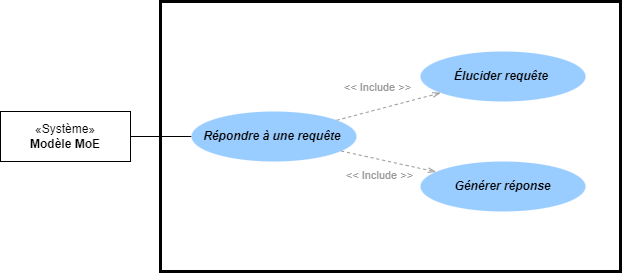
Before: docs/images/chp3/fig5.png, a diagram exported from draw.io (undrstnd-labs/education). Source tidied: cells renumbered, new cells last; positions are measured from the earlier drawing's top-left corner, leaving out a move shared by most shapes. Source of this version:
```xml
<mxGraphModel>
  <root>
    <mxCell id="0" />
    <mxCell id="1" parent="0" />
    <mxCell id="2" style="rounded=0;whiteSpace=wrap;html=1;fillColor=none;strokeWidth=3;" parent="1" vertex="1">
      <mxGeometry x="160" width="460" height="270" as="geometry" />
    </mxCell>
    <mxCell id="3" value="«Système»&lt;br&gt;&lt;b style=&quot;border-color: var(--border-color);&quot;&gt;Modèle MoE&lt;/b&gt;" style="html=1;whiteSpace=wrap;" parent="1" vertex="1">
      <mxGeometry y="110" width="130" height="50" as="geometry" />
    </mxCell>
    <mxCell id="4" style="rounded=0;jettySize=auto;html=1;entryX=0;entryY=0.5;entryDx=0;entryDy=0;exitX=1;exitY=0.5;exitDx=0;exitDy=0;endArrow=none;endFill=0;" parent="1" edge="1" source="3" target="5">
      <mxGeometry relative="1" as="geometry" />
    </mxCell>
    <mxCell id="5" value="&lt;b&gt;&lt;i&gt;Répondre à une requête&amp;nbsp;&lt;/i&gt;&lt;/b&gt;" style="ellipse;whiteSpace=wrap;html=1;shadow=0;fillColor=#99ccff;strokeColor=none;" parent="1" vertex="1">
      <mxGeometry x="191" y="110" width="165" height="50" as="geometry" />
    </mxCell>
    <mxCell id="6" value="&lt;b&gt;&lt;i&gt;Élucider requête&amp;nbsp;&lt;/i&gt;&lt;/b&gt;" style="ellipse;whiteSpace=wrap;html=1;shadow=0;fillColor=#99ccff;strokeColor=none;" parent="1" vertex="1">
      <mxGeometry x="420" y="50" width="165" height="50" as="geometry" />
    </mxCell>
    <mxCell id="7" value="&lt;b&gt;&lt;i&gt;Générer réponse&lt;/i&gt;&lt;/b&gt;" style="ellipse;whiteSpace=wrap;html=1;shadow=0;fillColor=#99ccff;strokeColor=none;" parent="1" vertex="1">
      <mxGeometry x="420" y="160" width="165" height="50" as="geometry" />
    </mxCell>
    <mxCell id="8" value="&lt;font color=&quot;#999999&quot;&gt;&amp;lt;&amp;lt; Include &amp;gt;&amp;gt;&lt;/font&gt;" style="endArrow=openThin;endFill=0;html=1;rounded=0;dashed=1;strokeColor=#999999;" parent="1" edge="1" source="5" target="6">
      <mxGeometry x="-0.1" y="21" relative="1" as="geometry" />
    </mxCell>
    <mxCell id="9" value="&lt;font color=&quot;#999999&quot;&gt;&amp;lt;&amp;lt; Include &amp;gt;&amp;gt;&lt;/font&gt;" style="endArrow=openThin;endFill=0;html=1;rounded=0;dashed=1;strokeColor=#999999;" parent="1" edge="1" source="5" target="7">
      <mxGeometry x="-0.12" y="-16" relative="1" as="geometry" />
    </mxCell>
  </root>
</mxGraphModel>
```
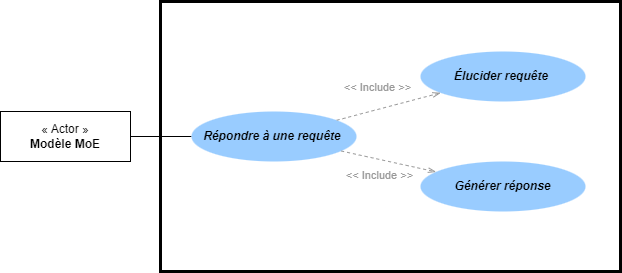
After the commit.

Diff of the diagram source:
```diff
@@ -5,7 +5,7 @@
     <mxCell id="2" style="rounded=0;whiteSpace=wrap;html=1;fillColor=none;strokeWidth=3;" parent="1" vertex="1">
       <mxGeometry x="160" width="460" height="270" as="geometry" />
     </mxCell>
-    <mxCell id="3" value="«Système»&lt;br&gt;&lt;b style=&quot;border-color: var(--border-color);&quot;&gt;Modèle MoE&lt;/b&gt;" style="html=1;whiteSpace=wrap;" parent="1" vertex="1">
+    <mxCell id="3" value="« Actor »&lt;br&gt;&lt;b style=&quot;border-color: var(--border-color);&quot;&gt;Modèle MoE&lt;/b&gt;" style="html=1;whiteSpace=wrap;" parent="1" vertex="1">
       <mxGeometry y="110" width="130" height="50" as="geometry" />
     </mxCell>
     <mxCell id="4" style="rounded=0;jettySize=auto;html=1;entryX=0;entryY=0.5;entryDx=0;entryDy=0;exitX=1;exitY=0.5;exitDx=0;exitDy=0;endArrow=none;endFill=0;" parent="1" edge="1" source="3" target="5">
```
